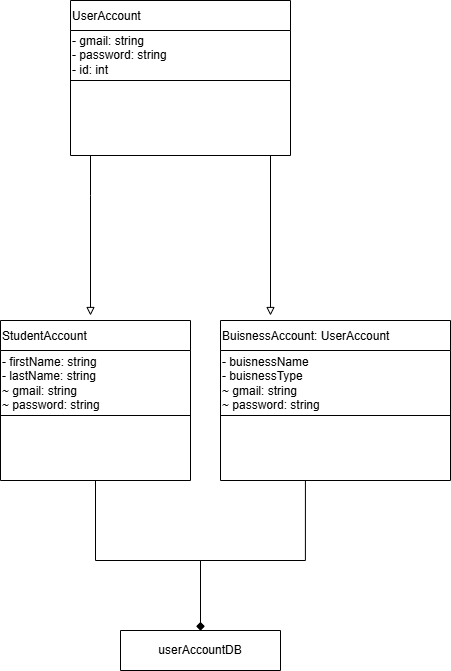
JmmonJeremy/CareerBound-SDD keeps this draw.io diagram as 03_Team_Work/Team4/Milestone_4_Interfaces_and_Data_Structures/TeamQA/JA_M4_Team4_UserAccountClassDiagram.drawio.png. Above is the earlier version. Source tidied: cells renumbered, new cells last; positions are measured from the earlier drawing's top-left corner, leaving out a move shared by most shapes. Its diagram source:
```xml
<mxGraphModel>
  <root>
    <mxCell id="0" />
    <mxCell id="1" parent="0" />
    <mxCell id="2" style="edgeStyle=orthogonalEdgeStyle;rounded=0;orthogonalLoop=1;jettySize=auto;html=1;endArrow=block;endFill=0;" parent="1" edge="1">
      <mxGeometry relative="1" as="geometry">
        <mxPoint x="90" y="155" as="sourcePoint" />
        <mxPoint x="90" y="315" as="targetPoint" />
        <Array as="points">
          <mxPoint x="90" y="195" />
          <mxPoint x="90" y="195" />
        </Array>
      </mxGeometry>
    </mxCell>
    <mxCell id="3" value="UserAccount" style="shape=table;startSize=30;fixedHeader=1;align=left;" parent="1" vertex="1">
      <mxGeometry x="70" width="220" height="155" as="geometry" />
    </mxCell>
    <mxCell id="4" style="shape=tableRow;horizontal=0;startSize=0;swimlaneHead=0;swimlaneBody=0;strokeColor=inherit;top=0;left=0;bottom=0;right=0;fillColor=none;fixedHeader=1;" parent="3" vertex="1">
      <mxGeometry y="30" width="220" height="50" as="geometry" />
    </mxCell>
    <mxCell id="5" value="- gmail: string&lt;div&gt;- password: string&lt;/div&gt;&lt;div&gt;- id: int&lt;/div&gt;" style="shape=partialRectangle;html=1;whiteSpace=wrap;strokeColor=inherit;overflow=hidden;fillColor=none;top=0;left=0;bottom=0;right=0;align=left;" parent="4" vertex="1">
      <mxGeometry width="220" height="50" as="geometry" />
    </mxCell>
    <mxCell id="6" style="shape=tableRow;horizontal=0;startSize=0;swimlaneHead=0;swimlaneBody=0;strokeColor=inherit;top=0;left=0;bottom=0;right=0;fillColor=none;fixedHeader=1;" parent="3" vertex="1">
      <mxGeometry y="80" width="220" height="75" as="geometry" />
    </mxCell>
    <mxCell id="7" style="shape=partialRectangle;html=1;whiteSpace=wrap;strokeColor=inherit;overflow=hidden;fillColor=none;top=0;left=0;bottom=0;right=0;" parent="6" vertex="1">
      <mxGeometry width="220" height="75" as="geometry" />
    </mxCell>
    <mxCell id="8" style="edgeStyle=orthogonalEdgeStyle;rounded=0;orthogonalLoop=1;jettySize=auto;html=1;endArrow=block;endFill=0;" parent="1" edge="1">
      <mxGeometry relative="1" as="geometry">
        <mxPoint x="270" y="155" as="sourcePoint" />
        <mxPoint x="270" y="315" as="targetPoint" />
      </mxGeometry>
    </mxCell>
    <mxCell id="9" value="BuisnessAccount: UserAccount" style="shape=table;startSize=30;fixedHeader=1;align=left;" parent="1" vertex="1">
      <mxGeometry x="220" y="320" width="230" height="160" as="geometry" />
    </mxCell>
    <mxCell id="10" style="shape=tableRow;horizontal=0;startSize=0;swimlaneHead=0;swimlaneBody=0;strokeColor=inherit;top=0;left=0;bottom=0;right=0;fillColor=none;fixedHeader=1;" parent="9" vertex="1">
      <mxGeometry y="30" width="230" height="65" as="geometry" />
    </mxCell>
    <mxCell id="11" value="- buisnessName&lt;div&gt;- buisnessType&lt;/div&gt;&lt;div&gt;~ gmail: string&lt;/div&gt;&lt;div&gt;~ password: string&lt;/div&gt;" style="shape=partialRectangle;html=1;whiteSpace=wrap;strokeColor=inherit;overflow=hidden;fillColor=none;top=0;left=0;bottom=0;right=0;align=left;" parent="10" vertex="1">
      <mxGeometry width="230" height="65" as="geometry" />
    </mxCell>
    <mxCell id="12" style="shape=tableRow;horizontal=0;startSize=0;swimlaneHead=0;swimlaneBody=0;strokeColor=inherit;top=0;left=0;bottom=0;right=0;fillColor=none;fixedHeader=1;" parent="9" vertex="1">
      <mxGeometry y="95" width="230" height="65" as="geometry" />
    </mxCell>
    <mxCell id="13" style="shape=partialRectangle;html=1;whiteSpace=wrap;strokeColor=inherit;overflow=hidden;fillColor=none;top=0;left=0;bottom=0;right=0;" parent="12" vertex="1">
      <mxGeometry width="230" height="65" as="geometry" />
    </mxCell>
    <mxCell id="14" value="StudentAccount" style="shape=table;startSize=30;fixedHeader=1;align=left;" parent="1" vertex="1">
      <mxGeometry y="320" width="190" height="160" as="geometry" />
    </mxCell>
    <mxCell id="15" style="shape=tableRow;horizontal=0;startSize=0;swimlaneHead=0;swimlaneBody=0;strokeColor=inherit;top=0;left=0;bottom=0;right=0;fillColor=none;fixedHeader=1;" parent="14" vertex="1">
      <mxGeometry y="30" width="190" height="65" as="geometry" />
    </mxCell>
    <mxCell id="16" value="- firstName: string&lt;div&gt;- lastName: string&lt;/div&gt;&lt;div&gt;~ gmail: string&lt;/div&gt;&lt;div&gt;~ password: string&lt;/div&gt;" style="shape=partialRectangle;html=1;whiteSpace=wrap;strokeColor=inherit;overflow=hidden;fillColor=none;top=0;left=0;bottom=0;right=0;align=left;" parent="15" vertex="1">
      <mxGeometry width="190" height="65" as="geometry" />
    </mxCell>
    <mxCell id="17" style="shape=tableRow;horizontal=0;startSize=0;swimlaneHead=0;swimlaneBody=0;strokeColor=inherit;top=0;left=0;bottom=0;right=0;fillColor=none;fixedHeader=1;" parent="14" vertex="1">
      <mxGeometry y="95" width="190" height="65" as="geometry" />
    </mxCell>
    <mxCell id="18" style="shape=partialRectangle;html=1;whiteSpace=wrap;strokeColor=inherit;overflow=hidden;fillColor=none;top=0;left=0;bottom=0;right=0;" parent="17" vertex="1">
      <mxGeometry width="190" height="65" as="geometry" />
    </mxCell>
    <mxCell id="19" style="shape=table;startSize=0;fixedHeader=1;" parent="1" vertex="1">
      <mxGeometry x="120" y="630" width="160" height="40" as="geometry" />
    </mxCell>
    <mxCell id="20" style="shape=tableRow;horizontal=0;startSize=0;swimlaneHead=0;swimlaneBody=0;strokeColor=inherit;top=0;left=0;bottom=0;right=0;fillColor=none;points=[[0,0.5],[1,0.5]];portConstraint=eastwest;fixedHeader=1;" parent="19" vertex="1">
      <mxGeometry width="160" height="40" as="geometry" />
    </mxCell>
    <mxCell id="21" value="userAccountDB" style="shape=partialRectangle;html=1;whiteSpace=wrap;strokeColor=inherit;overflow=hidden;fillColor=none;top=0;left=0;bottom=0;right=0;align=center;" parent="20" vertex="1">
      <mxGeometry width="160" height="40" as="geometry" />
    </mxCell>
    <mxCell id="22" style="edgeStyle=orthogonalEdgeStyle;rounded=0;orthogonalLoop=1;jettySize=auto;html=1;entryX=0.688;entryY=0;entryDx=0;entryDy=0;entryPerimeter=0;endArrow=diamond;endFill=1;" parent="1" edge="1">
      <mxGeometry relative="1" as="geometry">
        <mxPoint x="304.9" y="480" as="sourcePoint" />
        <mxPoint x="200" y="630" as="targetPoint" />
        <Array as="points">
          <mxPoint x="305" y="560" />
          <mxPoint x="200" y="560" />
        </Array>
      </mxGeometry>
    </mxCell>
    <mxCell id="23" style="edgeStyle=orthogonalEdgeStyle;rounded=0;jettySize=auto;html=1;entryX=0.5;entryY=0;entryDx=0;entryDy=0;entryPerimeter=0;endArrow=diamond;endFill=1;" parent="1" edge="1" source="14" target="20">
      <mxGeometry relative="1" as="geometry">
        <Array as="points">
          <mxPoint x="95" y="560" />
          <mxPoint x="200" y="560" />
        </Array>
      </mxGeometry>
    </mxCell>
  </root>
</mxGraphModel>
```
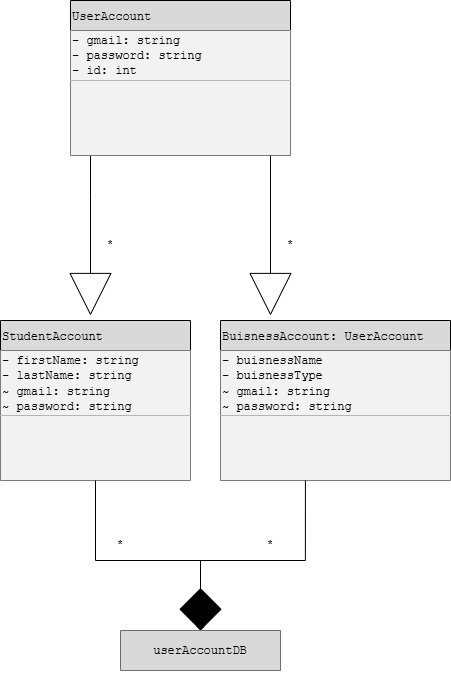
After the change.

Commit message:
Made the syle changes to my class diagrams

The edit, as a diff of the source:
```diff
@@ -2,7 +2,7 @@
   <root>
     <mxCell id="0" />
     <mxCell id="1" parent="0" />
-    <mxCell id="2" style="edgeStyle=orthogonalEdgeStyle;rounded=0;orthogonalLoop=1;jettySize=auto;html=1;endArrow=block;endFill=0;" parent="1" edge="1">
+    <mxCell id="2" style="edgeStyle=orthogonalEdgeStyle;rounded=0;orthogonalLoop=1;jettySize=auto;html=1;endArrow=block;endFill=0;startSize=40;endSize=40;" parent="1" edge="1">
       <mxGeometry relative="1" as="geometry">
         <mxPoint x="90" y="155" as="sourcePoint" />
         <mxPoint x="90" y="315" as="targetPoint" />
@@ -12,64 +12,64 @@
         </Array>
       </mxGeometry>
     </mxCell>
-    <mxCell id="3" value="UserAccount" style="shape=table;startSize=30;fixedHeader=1;align=left;" parent="1" vertex="1">
+    <mxCell id="3" value="UserAccount" style="shape=table;startSize=30;fixedHeader=1;align=left;swimlaneFillColor=default;fillColor=#D9D9D9;fontFamily=Courier New;" parent="1" vertex="1">
       <mxGeometry x="70" width="220" height="155" as="geometry" />
     </mxCell>
     <mxCell id="4" style="shape=tableRow;horizontal=0;startSize=0;swimlaneHead=0;swimlaneBody=0;strokeColor=inherit;top=0;left=0;bottom=0;right=0;fillColor=none;fixedHeader=1;" parent="3" vertex="1">
       <mxGeometry y="30" width="220" height="50" as="geometry" />
     </mxCell>
-    <mxCell id="5" value="- gmail: string&lt;div&gt;- password: string&lt;/div&gt;&lt;div&gt;- id: int&lt;/div&gt;" style="shape=partialRectangle;html=1;whiteSpace=wrap;strokeColor=inherit;overflow=hidden;fillColor=none;top=0;left=0;bottom=0;right=0;align=left;" parent="4" vertex="1">
+    <mxCell id="5" value="&lt;font face=&quot;Courier New&quot;&gt;- gmail: string&lt;/font&gt;&lt;div&gt;&lt;font face=&quot;Courier New&quot;&gt;- password: string&lt;/font&gt;&lt;/div&gt;&lt;div&gt;&lt;font face=&quot;Courier New&quot;&gt;- id: int&lt;/font&gt;&lt;/div&gt;" style="shape=partialRectangle;html=1;whiteSpace=wrap;strokeColor=inherit;overflow=hidden;fillColor=#F2F2F2;top=0;left=0;bottom=0;right=0;align=left;" parent="4" vertex="1">
       <mxGeometry width="220" height="50" as="geometry" />
     </mxCell>
     <mxCell id="6" style="shape=tableRow;horizontal=0;startSize=0;swimlaneHead=0;swimlaneBody=0;strokeColor=inherit;top=0;left=0;bottom=0;right=0;fillColor=none;fixedHeader=1;" parent="3" vertex="1">
       <mxGeometry y="80" width="220" height="75" as="geometry" />
     </mxCell>
-    <mxCell id="7" style="shape=partialRectangle;html=1;whiteSpace=wrap;strokeColor=inherit;overflow=hidden;fillColor=none;top=0;left=0;bottom=0;right=0;" parent="6" vertex="1">
+    <mxCell id="7" style="shape=partialRectangle;html=1;whiteSpace=wrap;strokeColor=inherit;overflow=hidden;fillColor=#F2F2F2;top=0;left=0;bottom=0;right=0;" parent="6" vertex="1">
       <mxGeometry width="220" height="75" as="geometry" />
     </mxCell>
-    <mxCell id="8" style="edgeStyle=orthogonalEdgeStyle;rounded=0;orthogonalLoop=1;jettySize=auto;html=1;endArrow=block;endFill=0;" parent="1" edge="1">
+    <mxCell id="8" style="edgeStyle=orthogonalEdgeStyle;rounded=0;orthogonalLoop=1;jettySize=auto;html=1;endArrow=block;endFill=0;endSize=40;" parent="1" edge="1">
       <mxGeometry relative="1" as="geometry">
         <mxPoint x="270" y="155" as="sourcePoint" />
         <mxPoint x="270" y="315" as="targetPoint" />
       </mxGeometry>
     </mxCell>
-    <mxCell id="9" value="BuisnessAccount: UserAccount" style="shape=table;startSize=30;fixedHeader=1;align=left;" parent="1" vertex="1">
+    <mxCell id="9" value="BuisnessAccount: UserAccount" style="shape=table;startSize=30;fixedHeader=1;align=left;fillColor=#D9D9D9;fontFamily=Courier New;" parent="1" vertex="1">
       <mxGeometry x="220" y="320" width="230" height="160" as="geometry" />
     </mxCell>
     <mxCell id="10" style="shape=tableRow;horizontal=0;startSize=0;swimlaneHead=0;swimlaneBody=0;strokeColor=inherit;top=0;left=0;bottom=0;right=0;fillColor=none;fixedHeader=1;" parent="9" vertex="1">
       <mxGeometry y="30" width="230" height="65" as="geometry" />
     </mxCell>
-    <mxCell id="11" value="- buisnessName&lt;div&gt;- buisnessType&lt;/div&gt;&lt;div&gt;~ gmail: string&lt;/div&gt;&lt;div&gt;~ password: string&lt;/div&gt;" style="shape=partialRectangle;html=1;whiteSpace=wrap;strokeColor=inherit;overflow=hidden;fillColor=none;top=0;left=0;bottom=0;right=0;align=left;" parent="10" vertex="1">
+    <mxCell id="11" value="&lt;font face=&quot;Courier New&quot;&gt;- buisnessName&lt;/font&gt;&lt;div&gt;&lt;font face=&quot;Courier New&quot;&gt;- buisnessType&lt;/font&gt;&lt;/div&gt;&lt;div&gt;&lt;font face=&quot;Courier New&quot;&gt;~ gmail: string&lt;/font&gt;&lt;/div&gt;&lt;div&gt;&lt;font face=&quot;Courier New&quot;&gt;~ password: string&lt;/font&gt;&lt;/div&gt;" style="shape=partialRectangle;html=1;whiteSpace=wrap;strokeColor=inherit;overflow=hidden;fillColor=#F2F2F2;top=0;left=0;bottom=0;right=0;align=left;" parent="10" vertex="1">
       <mxGeometry width="230" height="65" as="geometry" />
     </mxCell>
     <mxCell id="12" style="shape=tableRow;horizontal=0;startSize=0;swimlaneHead=0;swimlaneBody=0;strokeColor=inherit;top=0;left=0;bottom=0;right=0;fillColor=none;fixedHeader=1;" parent="9" vertex="1">
       <mxGeometry y="95" width="230" height="65" as="geometry" />
     </mxCell>
-    <mxCell id="13" style="shape=partialRectangle;html=1;whiteSpace=wrap;strokeColor=inherit;overflow=hidden;fillColor=none;top=0;left=0;bottom=0;right=0;" parent="12" vertex="1">
+    <mxCell id="13" style="shape=partialRectangle;html=1;whiteSpace=wrap;strokeColor=inherit;overflow=hidden;fillColor=#F2F2F2;top=0;left=0;bottom=0;right=0;" parent="12" vertex="1">
       <mxGeometry width="230" height="65" as="geometry" />
     </mxCell>
-    <mxCell id="14" value="StudentAccount" style="shape=table;startSize=30;fixedHeader=1;align=left;" parent="1" vertex="1">
+    <mxCell id="14" value="StudentAccount" style="shape=table;startSize=30;fixedHeader=1;align=left;fillColor=#D9D9D9;fontFamily=Courier New;" parent="1" vertex="1">
       <mxGeometry y="320" width="190" height="160" as="geometry" />
     </mxCell>
     <mxCell id="15" style="shape=tableRow;horizontal=0;startSize=0;swimlaneHead=0;swimlaneBody=0;strokeColor=inherit;top=0;left=0;bottom=0;right=0;fillColor=none;fixedHeader=1;" parent="14" vertex="1">
       <mxGeometry y="30" width="190" height="65" as="geometry" />
     </mxCell>
-    <mxCell id="16" value="- firstName: string&lt;div&gt;- lastName: string&lt;/div&gt;&lt;div&gt;~ gmail: string&lt;/div&gt;&lt;div&gt;~ password: string&lt;/div&gt;" style="shape=partialRectangle;html=1;whiteSpace=wrap;strokeColor=inherit;overflow=hidden;fillColor=none;top=0;left=0;bottom=0;right=0;align=left;" parent="15" vertex="1">
+    <mxCell id="16" value="&lt;font face=&quot;Courier New&quot;&gt;- firstName: string&lt;/font&gt;&lt;div&gt;&lt;font face=&quot;Courier New&quot;&gt;- lastName: string&lt;/font&gt;&lt;/div&gt;&lt;div&gt;&lt;font face=&quot;Courier New&quot;&gt;~ gmail: string&lt;/font&gt;&lt;/div&gt;&lt;div&gt;&lt;font face=&quot;Courier New&quot;&gt;~ password: string&lt;/font&gt;&lt;/div&gt;" style="shape=partialRectangle;html=1;whiteSpace=wrap;strokeColor=inherit;overflow=hidden;fillColor=#F2F2F2;top=0;left=0;bottom=0;right=0;align=left;" parent="15" vertex="1">
       <mxGeometry width="190" height="65" as="geometry" />
     </mxCell>
     <mxCell id="17" style="shape=tableRow;horizontal=0;startSize=0;swimlaneHead=0;swimlaneBody=0;strokeColor=inherit;top=0;left=0;bottom=0;right=0;fillColor=none;fixedHeader=1;" parent="14" vertex="1">
       <mxGeometry y="95" width="190" height="65" as="geometry" />
     </mxCell>
-    <mxCell id="18" style="shape=partialRectangle;html=1;whiteSpace=wrap;strokeColor=inherit;overflow=hidden;fillColor=none;top=0;left=0;bottom=0;right=0;" parent="17" vertex="1">
+    <mxCell id="18" style="shape=partialRectangle;html=1;whiteSpace=wrap;strokeColor=inherit;overflow=hidden;fillColor=#F2F2F2;top=0;left=0;bottom=0;right=0;" parent="17" vertex="1">
       <mxGeometry width="190" height="65" as="geometry" />
     </mxCell>
-    <mxCell id="19" style="shape=table;startSize=0;fixedHeader=1;" parent="1" vertex="1">
+    <mxCell id="19" style="shape=table;startSize=0;fixedHeader=1;fillColor=#D9D9D9;" parent="1" vertex="1">
       <mxGeometry x="120" y="630" width="160" height="40" as="geometry" />
     </mxCell>
     <mxCell id="20" style="shape=tableRow;horizontal=0;startSize=0;swimlaneHead=0;swimlaneBody=0;strokeColor=inherit;top=0;left=0;bottom=0;right=0;fillColor=none;points=[[0,0.5],[1,0.5]];portConstraint=eastwest;fixedHeader=1;" parent="19" vertex="1">
       <mxGeometry width="160" height="40" as="geometry" />
     </mxCell>
-    <mxCell id="21" value="userAccountDB" style="shape=partialRectangle;html=1;whiteSpace=wrap;strokeColor=inherit;overflow=hidden;fillColor=none;top=0;left=0;bottom=0;right=0;align=center;" parent="20" vertex="1">
+    <mxCell id="21" value="&lt;font face=&quot;Courier New&quot;&gt;userAccountDB&lt;/font&gt;" style="shape=partialRectangle;html=1;whiteSpace=wrap;strokeColor=inherit;overflow=hidden;fillColor=#D9D9D9;top=0;left=0;bottom=0;right=0;align=center;" parent="20" vertex="1">
       <mxGeometry width="160" height="40" as="geometry" />
     </mxCell>
     <mxCell id="22" style="edgeStyle=orthogonalEdgeStyle;rounded=0;orthogonalLoop=1;jettySize=auto;html=1;entryX=0.688;entryY=0;entryDx=0;entryDy=0;entryPerimeter=0;endArrow=diamond;endFill=1;" parent="1" edge="1">
@@ -82,7 +82,7 @@
         </Array>
       </mxGeometry>
     </mxCell>
-    <mxCell id="23" style="edgeStyle=orthogonalEdgeStyle;rounded=0;jettySize=auto;html=1;entryX=0.5;entryY=0;entryDx=0;entryDy=0;entryPerimeter=0;endArrow=diamond;endFill=1;" parent="1" edge="1" source="14" target="20">
+    <mxCell id="23" style="edgeStyle=orthogonalEdgeStyle;rounded=0;jettySize=auto;html=1;entryX=0.5;entryY=0;entryDx=0;entryDy=0;entryPerimeter=0;endArrow=diamond;endFill=1;endSize=40;" parent="1" edge="1" source="14" target="20">
       <mxGeometry relative="1" as="geometry">
         <Array as="points">
           <mxPoint x="95" y="560" />
@@ -90,5 +90,17 @@
         </Array>
       </mxGeometry>
     </mxCell>
+    <mxCell id="24" value="*" style="text;html=1;whiteSpace=wrap;strokeColor=none;fillColor=none;align=center;verticalAlign=middle;rounded=0;" parent="1" vertex="1">
+      <mxGeometry x="260" y="230" width="60" height="30" as="geometry" />
+    </mxCell>
+    <mxCell id="25" value="*" style="text;html=1;whiteSpace=wrap;strokeColor=none;fillColor=none;align=center;verticalAlign=middle;rounded=0;" parent="1" vertex="1">
+      <mxGeometry x="80" y="230" width="60" height="30" as="geometry" />
+    </mxCell>
+    <mxCell id="26" value="*" style="text;html=1;whiteSpace=wrap;strokeColor=none;fillColor=none;align=center;verticalAlign=middle;rounded=0;" parent="1" vertex="1">
+      <mxGeometry x="240" y="530" width="60" height="30" as="geometry" />
+    </mxCell>
+    <mxCell id="27" value="*" style="text;html=1;whiteSpace=wrap;strokeColor=none;fillColor=none;align=center;verticalAlign=middle;rounded=0;" parent="1" vertex="1">
+      <mxGeometry x="90" y="530" width="60" height="30" as="geometry" />
+    </mxCell>
   </root>
 </mxGraphModel>
```
